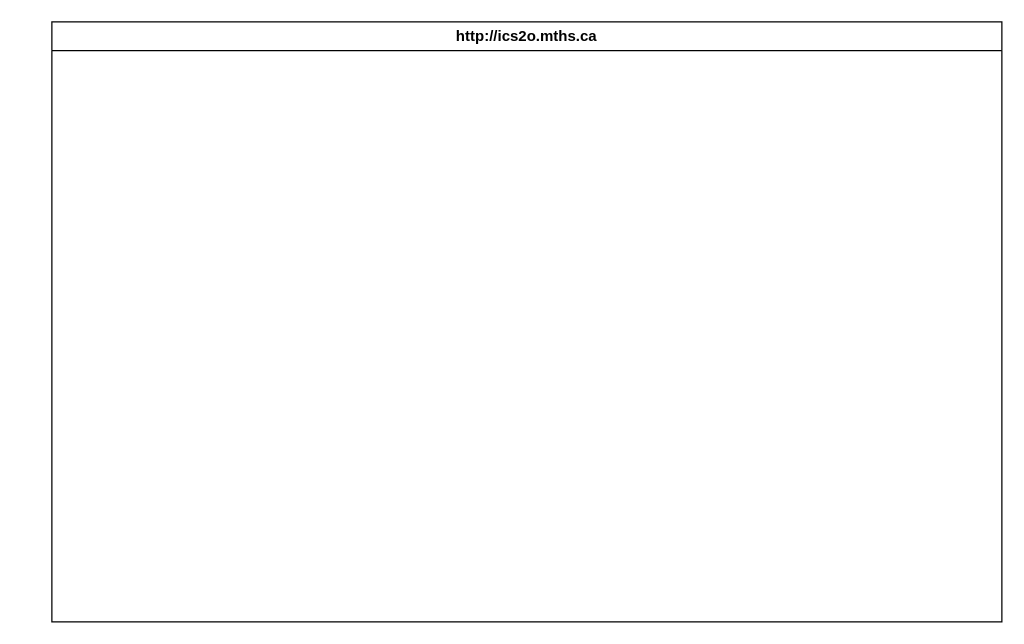
This is design/storyboard.drawio from MTHS-ICD2O-1-2023/ICD2O-Unit-5-05-pablo-fiallos-granados, a draw.io file, before an edit. Source tidied: cells renumbered, new cells numbered last; positions are measured from the earlier drawing's top-left corner, leaving out a move shared by most shapes. Both pictures are drawn from the tidied source at 125%, with x=0, y=0 at pixel (51, 21). Pictures stored in the file or linked from it are replaced by grey dashed boxes.
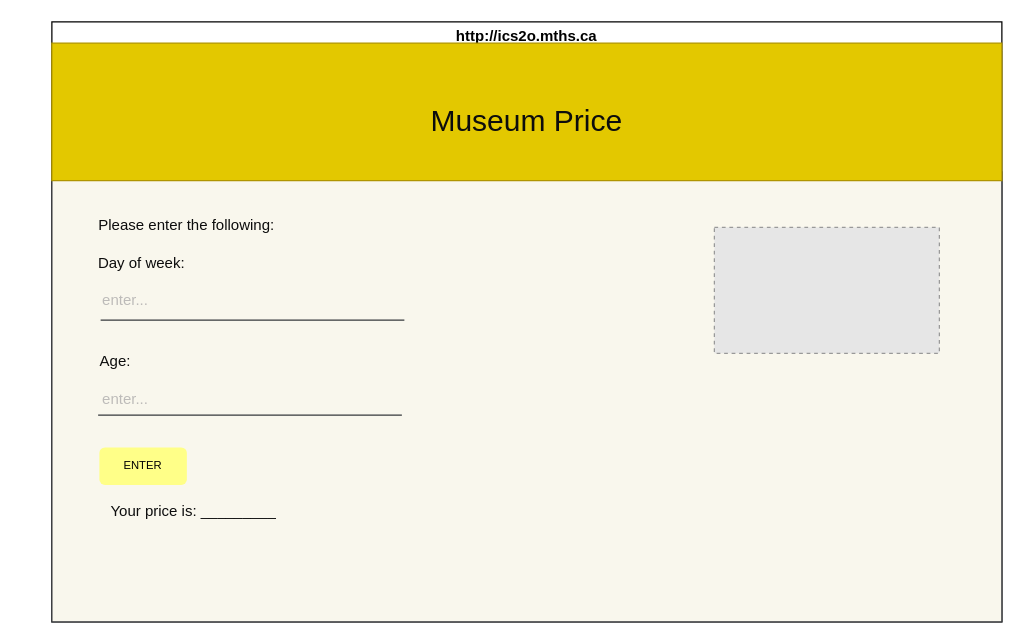
After the change.

Commit message (it also covers changes not shown here):
started on flowchart

Diff of the diagram source:
```diff
@@
 <mxGraphModel>
   <root>
     <mxCell id="0" />
     <mxCell id="1" parent="0" />
     <mxCell id="2" value="http://ics2o.mths.ca" style="swimlane;whiteSpace=wrap;html=1;" parent="1" vertex="1">
       <mxGeometry width="760" height="480" as="geometry" />
     </mxCell>
+    <mxCell id="3" style="rounded=0;whiteSpace=wrap;html=1;fillColor=#f9f7ed;strokeColor=#36393d;fontSize=9;" parent="2" vertex="1">
+      <mxGeometry y="120" width="760" height="360" as="geometry" />
+    </mxCell>
+    <mxCell id="4" value="Day of week:" style="text;html=1;strokeColor=none;fillColor=none;align=center;verticalAlign=middle;whiteSpace=wrap;rounded=0;fontColor=#0D0D0D;" parent="2" vertex="1">
+      <mxGeometry x="-3" y="178" width="150" height="30" as="geometry" />
+    </mxCell>
+    <mxCell id="5" value="enter..." style="text;html=1;strokeColor=none;fillColor=none;align=center;verticalAlign=middle;whiteSpace=wrap;rounded=0;fontColor=#BDBBB9;" parent="2" vertex="1">
+      <mxGeometry x="28" y="287" width="62" height="30" as="geometry" />
+    </mxCell>
+    <mxCell id="6" style="whiteSpace=wrap;html=1;fillColor=#e3c800;fontColor=#000000;strokeColor=#B09500;" parent="2" vertex="1">
+      <mxGeometry y="17" width="760" height="110" as="geometry" />
+    </mxCell>
+    <mxCell id="7" value="&lt;font color=&quot;#000000&quot; style=&quot;font-size: 9px;&quot;&gt;ENTER&lt;/font&gt;" style="rounded=1;whiteSpace=wrap;html=1;fillColor=#ffff88;strokeColor=none;fontSize=9;" parent="2" vertex="1">
+      <mxGeometry x="38" y="340.4" width="70" height="30" as="geometry" />
+    </mxCell>
+    <mxCell id="8" value="Age:" style="text;html=1;strokeColor=none;fillColor=none;align=center;verticalAlign=middle;whiteSpace=wrap;rounded=0;fontColor=#0D0D0D;" parent="2" vertex="1">
+      <mxGeometry x="-24" y="257" width="150" height="30" as="geometry" />
+    </mxCell>
+    <mxCell id="9" value="Your price is: _________" style="text;html=1;strokeColor=none;fillColor=none;align=center;verticalAlign=middle;whiteSpace=wrap;rounded=0;fontColor=#0D0D0D;" parent="2" vertex="1">
+      <mxGeometry x="31" y="376.6" width="165" height="30" as="geometry" />
+    </mxCell>
+    <mxCell id="10" style="fillColor=#E6E6E6;strokeColor=#999999;dashed=1;verticalLabelPosition=bottom;labelBackgroundColor=default;verticalAlign=top;" parent="2" vertex="1">
+      <mxGeometry x="530" y="164.4" width="180" height="100.8" as="geometry" />
+    </mxCell>
+    <mxCell id="11" value="Please enter the following:" style="text;html=1;strokeColor=none;fillColor=none;align=center;verticalAlign=middle;whiteSpace=wrap;rounded=0;fontColor=#0D0D0D;" parent="2" vertex="1">
+      <mxGeometry x="33" y="148" width="150" height="30" as="geometry" />
+    </mxCell>
+    <mxCell id="12" value="enter..." style="text;html=1;strokeColor=none;fillColor=none;align=center;verticalAlign=middle;whiteSpace=wrap;rounded=0;fontColor=#BDBBB9;" parent="2" vertex="1">
+      <mxGeometry x="28" y="208" width="62" height="30" as="geometry" />
+    </mxCell>
+    <mxCell id="13" style="endArrow=none;html=1;fontColor=#0D0D0D;jumpSize=5;fillColor=#eeeeee;strokeColor=#36393d;" parent="2" edge="1">
+      <mxGeometry relative="1" as="geometry">
+        <mxPoint x="39" y="238.5" as="sourcePoint" />
+        <mxPoint x="282" y="238.5" as="targetPoint" />
+      </mxGeometry>
+    </mxCell>
+    <mxCell id="14" value="&lt;h1&gt;&lt;font color=&quot;#0d0d0d&quot;&gt;&lt;span style=&quot;font-weight: 400;&quot;&gt;Museum Price&lt;/span&gt;&lt;/font&gt;&lt;/h1&gt;" style="text;html=1;strokeColor=none;fillColor=none;align=center;verticalAlign=middle;whiteSpace=wrap;rounded=0;" parent="1" vertex="1">
+      <mxGeometry x="160" y="20" width="440" height="120" as="geometry" />
+    </mxCell>
+    <mxCell id="15" style="endArrow=none;html=1;fontColor=#0D0D0D;jumpSize=5;fillColor=#eeeeee;strokeColor=#36393d;" parent="1" edge="1">
+      <mxGeometry relative="1" as="geometry">
+        <mxPoint x="37" y="314.5" as="sourcePoint" />
+        <mxPoint x="280" y="314.5" as="targetPoint" />
+      </mxGeometry>
+    </mxCell>
   </root>
 </mxGraphModel>
```
